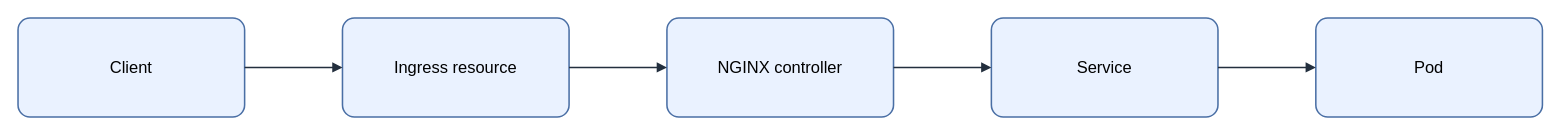
This is assets/img/kubernetes/nginx-ingress-controller-flow.drawio from KKamJi98/kkamji98.github.io, a draw.io file, before an edit. Source tidied: cells renumbered, new cells numbered last; positions are measured from the earlier drawing's top-left corner, leaving out a move shared by most shapes. Both pictures are drawn from the tidied source at 103%, with x=0, y=0 at pixel (18, 18).
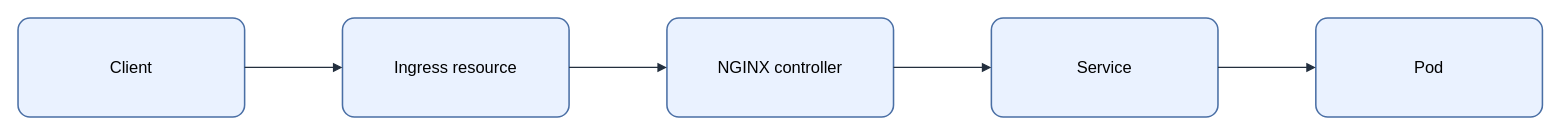
Above is the later version.

Change to the diagram source:
```diff
@@
 <mxGraphModel background="#FFFFFF">
   <root>
     <mxCell id="0" />
     <mxCell id="1" parent="0" />
-    <mxCell id="2" value="&lt;font style=&quot;color: rgb(0, 0, 0);&quot;&gt;Client&lt;/font&gt;" style="rounded=1;arcSize=12;whiteSpace=wrap;html=1;fillColor=#EAF2FF;strokeColor=#4A6FA5;strokeWidth=1.5;fontColor=#000000;fontSize=16;align=center;verticalAlign=middle;spacing=8;shadow=0;" parent="1" vertex="1">
+    <mxCell id="2" value="Client" style="rounded=1;arcSize=12;whiteSpace=wrap;html=0;fillColor=#EAF2FF;strokeColor=#4A6FA5;strokeWidth=1.5;fontColor=#000000;fontSize=16;align=center;verticalAlign=middle;spacing=8;shadow=0;" parent="1" vertex="1">
       <mxGeometry width="220" height="96" as="geometry" />
     </mxCell>
-    <mxCell id="3" value="&lt;font style=&quot;color: rgb(0, 0, 0);&quot;&gt;Ingress resource&lt;/font&gt;" style="rounded=1;arcSize=12;whiteSpace=wrap;html=1;fillColor=#EAF2FF;strokeColor=#4A6FA5;strokeWidth=1.5;fontColor=#000000;fontSize=16;align=center;verticalAlign=middle;spacing=8;shadow=0;" parent="1" vertex="1">
+    <mxCell id="3" value="Ingress resource" style="rounded=1;arcSize=12;whiteSpace=wrap;html=0;fillColor=#EAF2FF;strokeColor=#4A6FA5;strokeWidth=1.5;fontColor=#000000;fontSize=16;align=center;verticalAlign=middle;spacing=8;shadow=0;" parent="1" vertex="1">
       <mxGeometry x="315" width="220" height="96" as="geometry" />
     </mxCell>
-    <mxCell id="4" value="&lt;font style=&quot;color: rgb(0, 0, 0);&quot;&gt;NGINX controller&lt;/font&gt;" style="rounded=1;arcSize=12;whiteSpace=wrap;html=1;fillColor=#EAF2FF;strokeColor=#4A6FA5;strokeWidth=1.5;fontColor=#000000;fontSize=16;align=center;verticalAlign=middle;spacing=8;shadow=0;" parent="1" vertex="1">
+    <mxCell id="4" value="NGINX controller" style="rounded=1;arcSize=12;whiteSpace=wrap;html=0;fillColor=#EAF2FF;strokeColor=#4A6FA5;strokeWidth=1.5;fontColor=#000000;fontSize=16;align=center;verticalAlign=middle;spacing=8;shadow=0;" parent="1" vertex="1">
       <mxGeometry x="630" width="220" height="96" as="geometry" />
     </mxCell>
-    <mxCell id="5" value="&lt;font style=&quot;color: rgb(0, 0, 0);&quot;&gt;Service&lt;/font&gt;" style="rounded=1;arcSize=12;whiteSpace=wrap;html=1;fillColor=#EAF2FF;strokeColor=#4A6FA5;strokeWidth=1.5;fontColor=#000000;fontSize=16;align=center;verticalAlign=middle;spacing=8;shadow=0;" parent="1" vertex="1">
+    <mxCell id="5" value="Service" style="rounded=1;arcSize=12;whiteSpace=wrap;html=0;fillColor=#EAF2FF;strokeColor=#4A6FA5;strokeWidth=1.5;fontColor=#000000;fontSize=16;align=center;verticalAlign=middle;spacing=8;shadow=0;" parent="1" vertex="1">
       <mxGeometry x="945" width="220" height="96" as="geometry" />
     </mxCell>
-    <mxCell id="6" value="&lt;font style=&quot;color: rgb(0, 0, 0);&quot;&gt;Pod&lt;/font&gt;" style="rounded=1;arcSize=12;whiteSpace=wrap;html=1;fillColor=#EAF2FF;strokeColor=#4A6FA5;strokeWidth=1.5;fontColor=#000000;fontSize=16;align=center;verticalAlign=middle;spacing=8;shadow=0;" parent="1" vertex="1">
+    <mxCell id="6" value="Pod" style="rounded=1;arcSize=12;whiteSpace=wrap;html=0;fillColor=#EAF2FF;strokeColor=#4A6FA5;strokeWidth=1.5;fontColor=#000000;fontSize=16;align=center;verticalAlign=middle;spacing=8;shadow=0;" parent="1" vertex="1">
       <mxGeometry x="1260" width="220" height="96" as="geometry" />
     </mxCell>
-    <mxCell id="7" style="edgeStyle=orthogonalEdgeStyle;rounded=0;jettySize=auto;html=1;endArrow=block;endFill=1;strokeColor=#232F3E;strokeWidth=1.5;fontColor=#000000;labelBackgroundColor=none;exitX=1;exitY=0.5;exitDx=0;exitDy=0;entryX=0;entryY=0.5;entryDx=0;entryDy=0;" parent="1" edge="1" source="2" target="3">
+    <mxCell id="7" style="edgeStyle=orthogonalEdgeStyle;rounded=0;jettySize=auto;html=0;endArrow=block;endFill=1;strokeColor=#232F3E;strokeWidth=1.25;fontColor=#000000;labelBackgroundColor=none;exitX=1;exitY=0.5;exitDx=0;exitDy=0;entryX=0;entryY=0.5;entryDx=0;entryDy=0;" parent="1" edge="1" source="2" target="3">
       <mxGeometry relative="1" as="geometry" />
     </mxCell>
-    <mxCell id="8" style="edgeStyle=orthogonalEdgeStyle;rounded=0;jettySize=auto;html=1;endArrow=block;endFill=1;strokeColor=#232F3E;strokeWidth=1.5;fontColor=#000000;labelBackgroundColor=none;exitX=1;exitY=0.5;exitDx=0;exitDy=0;entryX=0;entryY=0.5;entryDx=0;entryDy=0;" parent="1" edge="1" source="3" target="4">
+    <mxCell id="8" style="edgeStyle=orthogonalEdgeStyle;rounded=0;jettySize=auto;html=0;endArrow=block;endFill=1;strokeColor=#232F3E;strokeWidth=1.25;fontColor=#000000;labelBackgroundColor=none;exitX=1;exitY=0.5;exitDx=0;exitDy=0;entryX=0;entryY=0.5;entryDx=0;entryDy=0;" parent="1" edge="1" source="3" target="4">
       <mxGeometry relative="1" as="geometry" />
     </mxCell>
-    <mxCell id="9" style="edgeStyle=orthogonalEdgeStyle;rounded=0;jettySize=auto;html=1;endArrow=block;endFill=1;strokeColor=#232F3E;strokeWidth=1.5;fontColor=#000000;labelBackgroundColor=none;exitX=1;exitY=0.5;exitDx=0;exitDy=0;entryX=0;entryY=0.5;entryDx=0;entryDy=0;" parent="1" edge="1" source="4" target="5">
+    <mxCell id="9" style="edgeStyle=orthogonalEdgeStyle;rounded=0;jettySize=auto;html=0;endArrow=block;endFill=1;strokeColor=#232F3E;strokeWidth=1.25;fontColor=#000000;labelBackgroundColor=none;exitX=1;exitY=0.5;exitDx=0;exitDy=0;entryX=0;entryY=0.5;entryDx=0;entryDy=0;" parent="1" edge="1" source="4" target="5">
       <mxGeometry relative="1" as="geometry" />
     </mxCell>
-    <mxCell id="10" style="edgeStyle=orthogonalEdgeStyle;rounded=0;jettySize=auto;html=1;endArrow=block;endFill=1;strokeColor=#232F3E;strokeWidth=1.5;fontColor=#000000;labelBackgroundColor=none;exitX=1;exitY=0.5;exitDx=0;exitDy=0;entryX=0;entryY=0.5;entryDx=0;entryDy=0;" parent="1" edge="1" source="5" target="6">
+    <mxCell id="10" style="edgeStyle=orthogonalEdgeStyle;rounded=0;jettySize=auto;html=0;endArrow=block;endFill=1;strokeColor=#232F3E;strokeWidth=1.25;fontColor=#000000;labelBackgroundColor=none;exitX=1;exitY=0.5;exitDx=0;exitDy=0;entryX=0;entryY=0.5;entryDx=0;entryDy=0;" parent="1" edge="1" source="5" target="6">
       <mxGeometry relative="1" as="geometry" />
     </mxCell>
   </root>
 </mxGraphModel>
```
